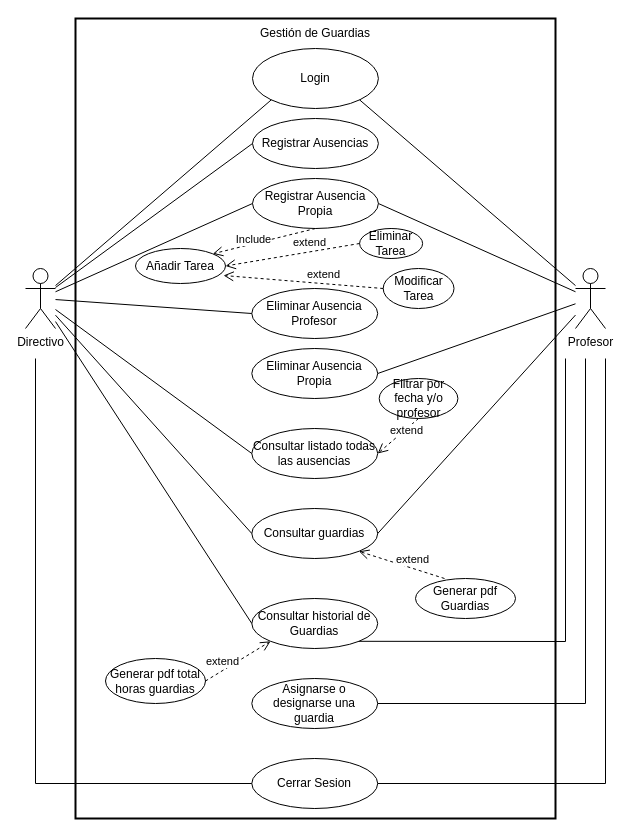
The draw.io diagram DOC/Esquemas_diagramas/DiagramaCasosDeUso_V1.drawio in Samohe89/ProyectoIntegrado-Guardias, before the edit. Source tidied: cells renumbered, new cells numbered last; positions are measured from the earlier drawing's top-left corner, leaving out a move shared by most shapes. Both pictures are drawn from the tidied source at 100%, with x=0, y=0 at pixel (25, 18).
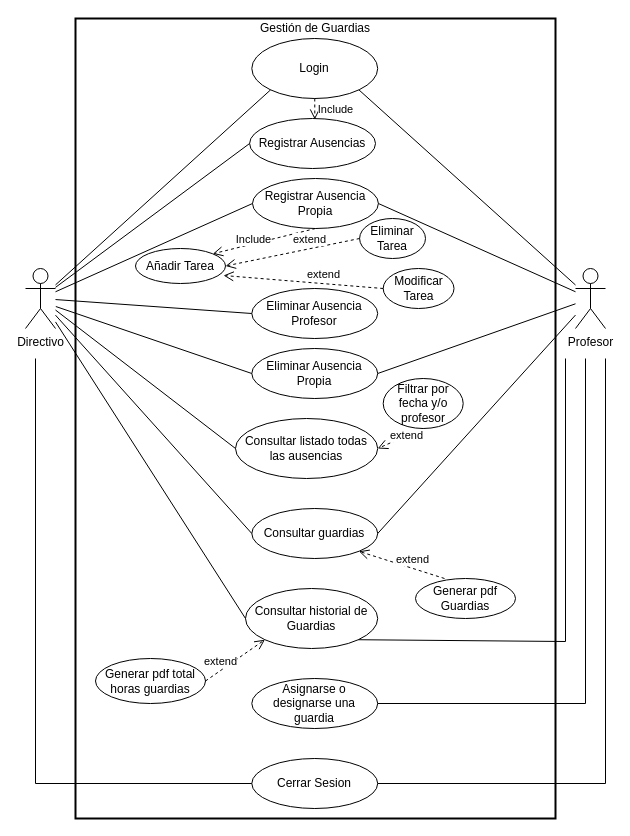
After the change.

Commit message:
se añaden sugerencias al diagrama de casos de uso

Unchanged cells that the change refers to:
```xml
<mxCell id="2" style="html=1;align=center;verticalAlign=middle;rounded=0;absoluteArcSize=1;arcSize=10;dashed=0;whiteSpace=wrap;fillOpacity=0;fillColor=none;strokeWidth=2;" parent="1" vertex="1">
  <mxGeometry x="50" width="480" height="800" as="geometry" />
</mxCell>
<mxCell id="8" value="Eliminar Ausencia Propia" style="ellipse;whiteSpace=wrap;html=1;rounded=0;" parent="2" vertex="1">
  <mxGeometry x="176.3" y="330" width="125.9" height="50" as="geometry" />
</mxCell>
```

The edit, as a diff of the source:
```diff
@@
     <mxCell id="3" value="Gestión de Guardias" style="text;html=1;align=center;verticalAlign=middle;whiteSpace=wrap;rounded=0;" parent="2" vertex="1">
-      <mxGeometry width="480" height="30" as="geometry" />
+      <mxGeometry width="480" height="20" as="geometry" />
     </mxCell>
     <mxCell id="4" value="Login" style="ellipse;whiteSpace=wrap;html=1;rounded=0;" parent="2" vertex="1">
-      <mxGeometry x="177" y="30" width="125.9" height="60" as="geometry" />
+      <mxGeometry x="176.3" y="20" width="125.9" height="60" as="geometry" />
     </mxCell>
     <mxCell id="5" value="Registrar Ausencias" style="ellipse;whiteSpace=wrap;html=1;rounded=0;" parent="2" vertex="1">
-      <mxGeometry x="177" y="100" width="125.9" height="50" as="geometry" />
+      <mxGeometry x="174.1" y="100" width="125.9" height="50" as="geometry" />
     </mxCell>
@@
     <mxCell id="9" value="Consultar listado todas las ausencias" style="ellipse;whiteSpace=wrap;html=1;rounded=0;" parent="2" vertex="1">
-      <mxGeometry x="176.3" y="410" width="125.9" height="50" as="geometry" />
+      <mxGeometry x="160" y="400" width="142.2" height="60" as="geometry" />
     </mxCell>
@@
     <mxCell id="11" value="Consultar historial de Guardias" style="ellipse;whiteSpace=wrap;html=1;rounded=0;" parent="2" vertex="1">
-      <mxGeometry x="176.3" y="580" width="125.9" height="50" as="geometry" />
+      <mxGeometry x="170" y="570" width="132.2" height="60" as="geometry" />
     </mxCell>
@@
     <mxCell id="15" value="Eliminar Tarea" style="ellipse;whiteSpace=wrap;html=1;rounded=0;" parent="2" vertex="1">
-      <mxGeometry x="284.1" y="210" width="63" height="30" as="geometry" />
+      <mxGeometry x="284.1" y="200" width="65.9" height="40" as="geometry" />
     </mxCell>
     <mxCell id="16" value="Filtrar por fecha y/o profesor" style="ellipse;whiteSpace=wrap;html=1;rounded=0;" parent="2" vertex="1">
-      <mxGeometry x="303.7" y="360" width="78.7" height="40" as="geometry" />
+      <mxGeometry x="307.7" y="360" width="80" height="50" as="geometry" />
     </mxCell>
@@
+    <mxCell id="43" value="&lt;font&gt;Include&lt;/font&gt;" style="html=1;verticalAlign=bottom;endArrow=open;dashed=1;endSize=8;curved=0;rounded=0;exitX=0.5;exitY=1;exitDx=0;exitDy=0;entryX=0.518;entryY=0.02;entryDx=0;entryDy=0;entryPerimeter=0;" parent="2" edge="1" source="4" target="5">
+      <mxGeometry x="0.91" y="21" relative="1" as="geometry" />
+    </mxCell>
+    <mxCell id="44" style="endArrow=none;startArrow=none;endFill=0;startFill=0;endSize=8;html=1;verticalAlign=bottom;labelBackgroundColor=none;strokeWidth=1;rounded=0;entryX=0;entryY=0.5;entryDx=0;entryDy=0;" parent="2" edge="1" target="8">
+      <mxGeometry relative="1" as="geometry">
+        <mxPoint x="-19.7" y="288" as="sourcePoint" />
+      </mxGeometry>
+    </mxCell>
@@
     <mxCell id="22" value="Generar pdf total horas guardias" style="ellipse;whiteSpace=wrap;html=1;rounded=0;" parent="1" vertex="1">
-      <mxGeometry x="80" y="640" width="100" height="45" as="geometry" />
+      <mxGeometry x="70" y="640" width="110" height="45" as="geometry" />
     </mxCell>
```
